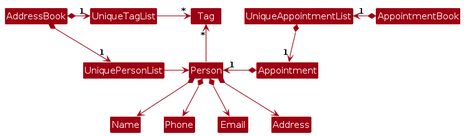
This is diagrams/BetterModelClassDiagram.png from AY2425S1-CS2103T-W10-2/tp, a PlantUML export, as it was before one commit. Its source is kept beside it as diagrams/BetterModelClassDiagram.puml.
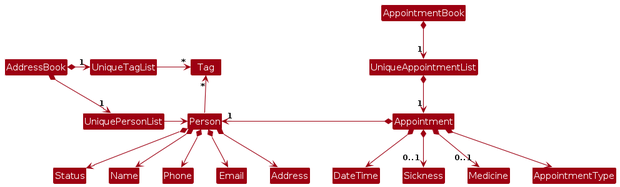
The same file after the commit.

Change to the diagram source:
```diff
@@ -4,7 +4,7 @@
 skinparam arrowColor MODEL_COLOR
 skinparam classBackgroundColor MODEL_COLOR
 
-AppointmentBook *-left-> "1" UniqueAppointmentList
+AppointmentBook *--> "1" UniqueAppointmentList
 UniqueAppointmentList *-down-> "1" Appointment
 Appointment *-left-> "1" Person
 
@@ -22,4 +22,10 @@
 Person *--> Phone
 Person *--> Email
 Person *--> Address
+Person *--> Status
+
+Appointment *--> AppointmentType
+Appointment *--> DateTime
+Appointment *--> "0..1"Sickness
+Appointment *--> "0..1"Medicine
 @enduml
```
